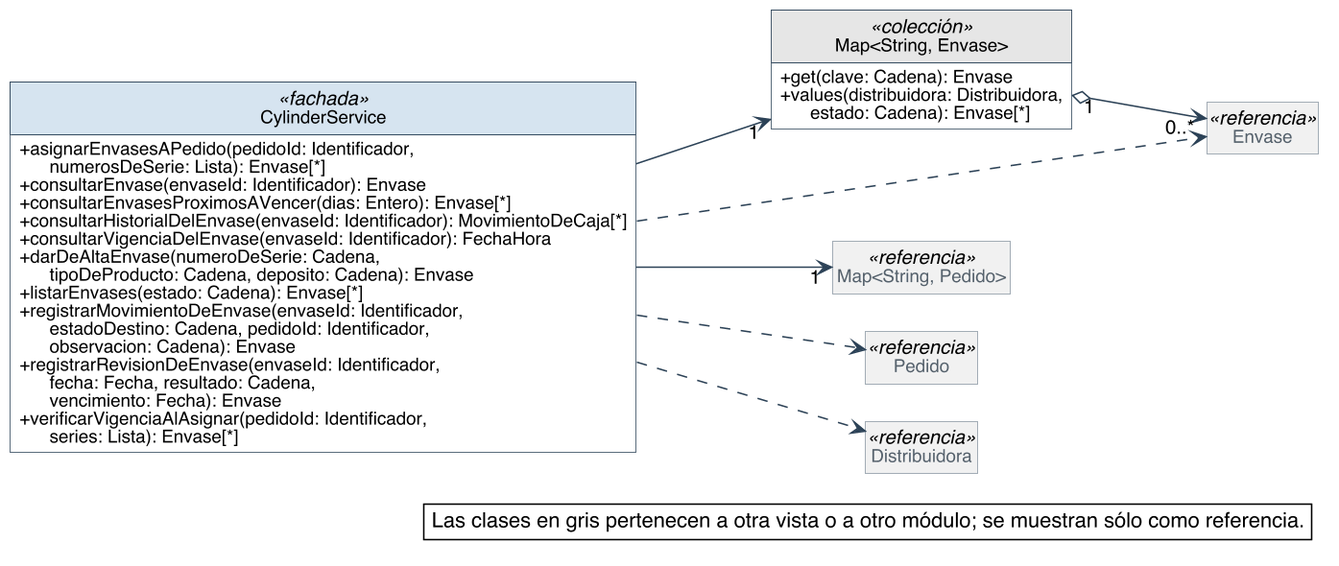
Before: diagramas/clases-diseno/DC_Mod_Envases.png, a diagram exported from PlantUML (Nahuelito-Dev/splg-docs).
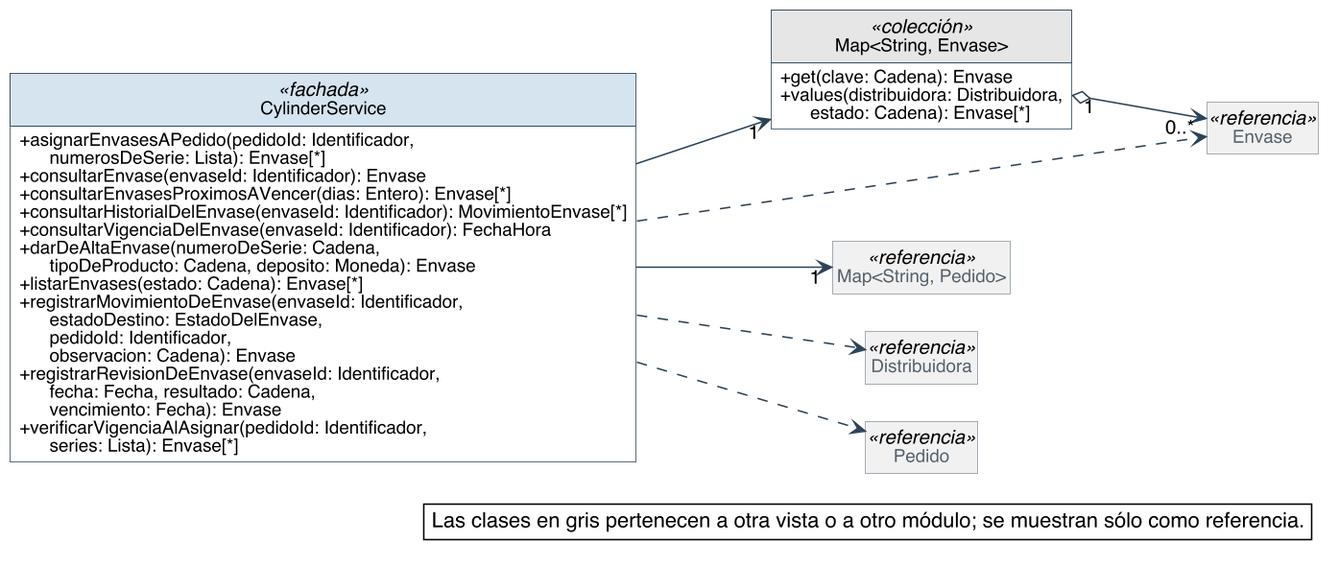
After the commit.

The edit, as a diff of the source:
```diff
@@ -64,11 +64,11 @@
   + asignarEnvasesAPedido(pedidoId: Identificador,\n      numerosDeSerie: Lista): Envase[*]
   + consultarEnvase(envaseId: Identificador): Envase
   + consultarEnvasesProximosAVencer(dias: Entero): Envase[*]
-  + consultarHistorialDelEnvase(envaseId: Identificador): MovimientoDeCaja[*]
+  + consultarHistorialDelEnvase(envaseId: Identificador): MovimientoEnvase[*]
   + consultarVigenciaDelEnvase(envaseId: Identificador): FechaHora
-  + darDeAltaEnvase(numeroDeSerie: Cadena,\n      tipoDeProducto: Cadena, deposito: Cadena): Envase
+  + darDeAltaEnvase(numeroDeSerie: Cadena,\n      tipoDeProducto: Cadena, deposito: Moneda): Envase
   + listarEnvases(estado: Cadena): Envase[*]
-  + registrarMovimientoDeEnvase(envaseId: Identificador,\n      estadoDestino: Cadena, pedidoId: Identificador,\n      observacion: Cadena): Envase
+  + registrarMovimientoDeEnvase(envaseId: Identificador,\n      estadoDestino: EstadoDelEnvase,\n      pedidoId: Identificador,\n      observacion: Cadena): Envase
   + registrarRevisionDeEnvase(envaseId: Identificador,\n      fecha: Fecha, resultado: Cadena,\n      vencimiento: Fecha): Envase
   + verificarVigenciaAlAsignar(pedidoId: Identificador,\n      series: Lista): Envase[*]
 }
@@ -78,8 +78,8 @@
 }
 class Envase <<referencia>>
 class "Map<String, Pedido>" as Map_String_Pedido <<referencia>>
+class Distribuidora <<referencia>>
 class Pedido <<referencia>>
-class Distribuidora <<referencia>>
 
 Map_String_Envase "1" o--> "0..*" Envase
 CylinderService --> "1" Map_String_Envase
```
